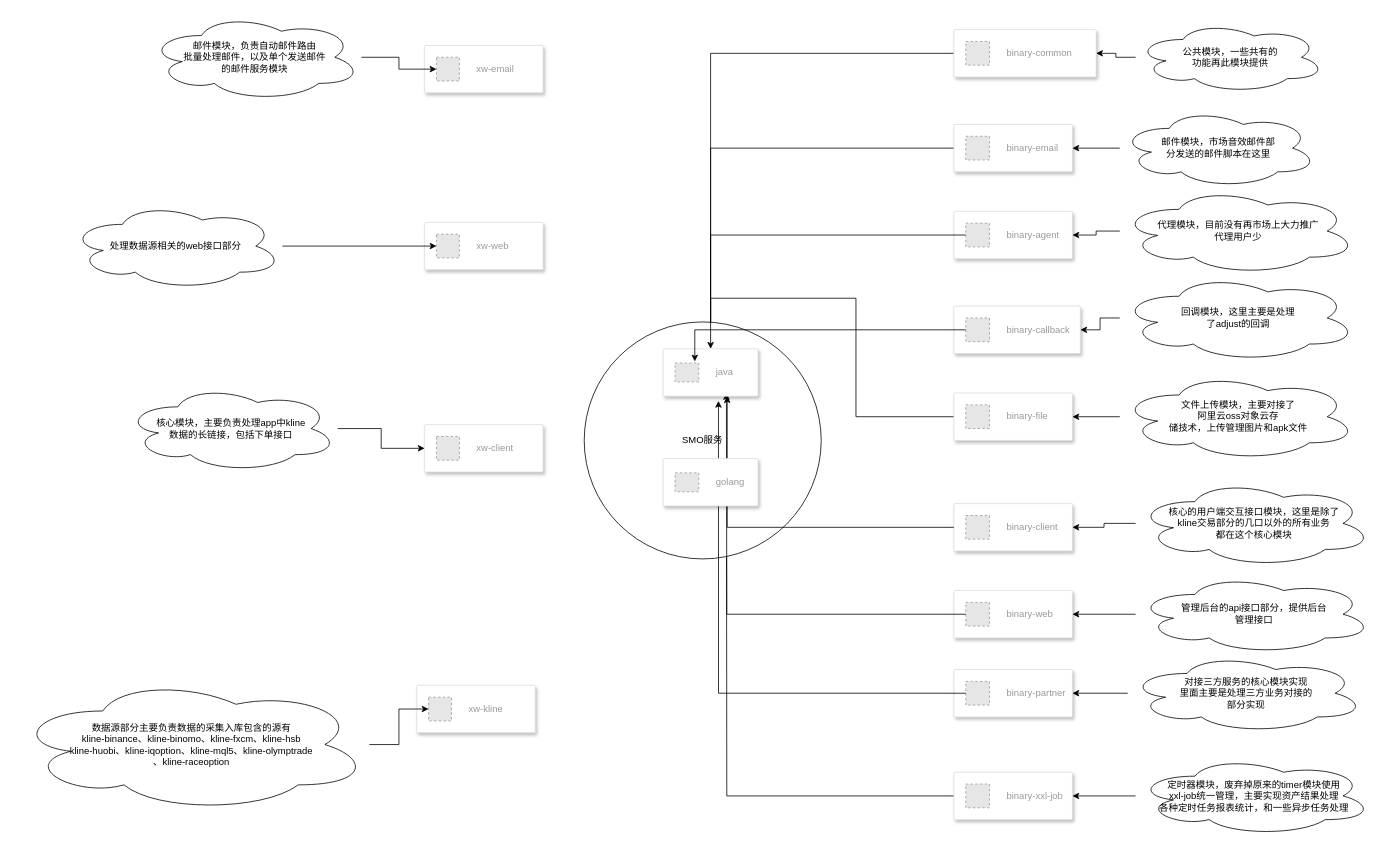
This is smo.drawio from ethanyep/draw.io, a draw.io file, before an edit. Source tidied: cells renumbered, new cells numbered last; positions are measured from the earlier drawing's top-left corner, leaving out a move shared by most shapes. Both pictures are drawn from the tidied source at 79%, with x=0, y=0 at pixel (13, 13). Pictures stored in the file or linked from it are replaced by grey dashed boxes.
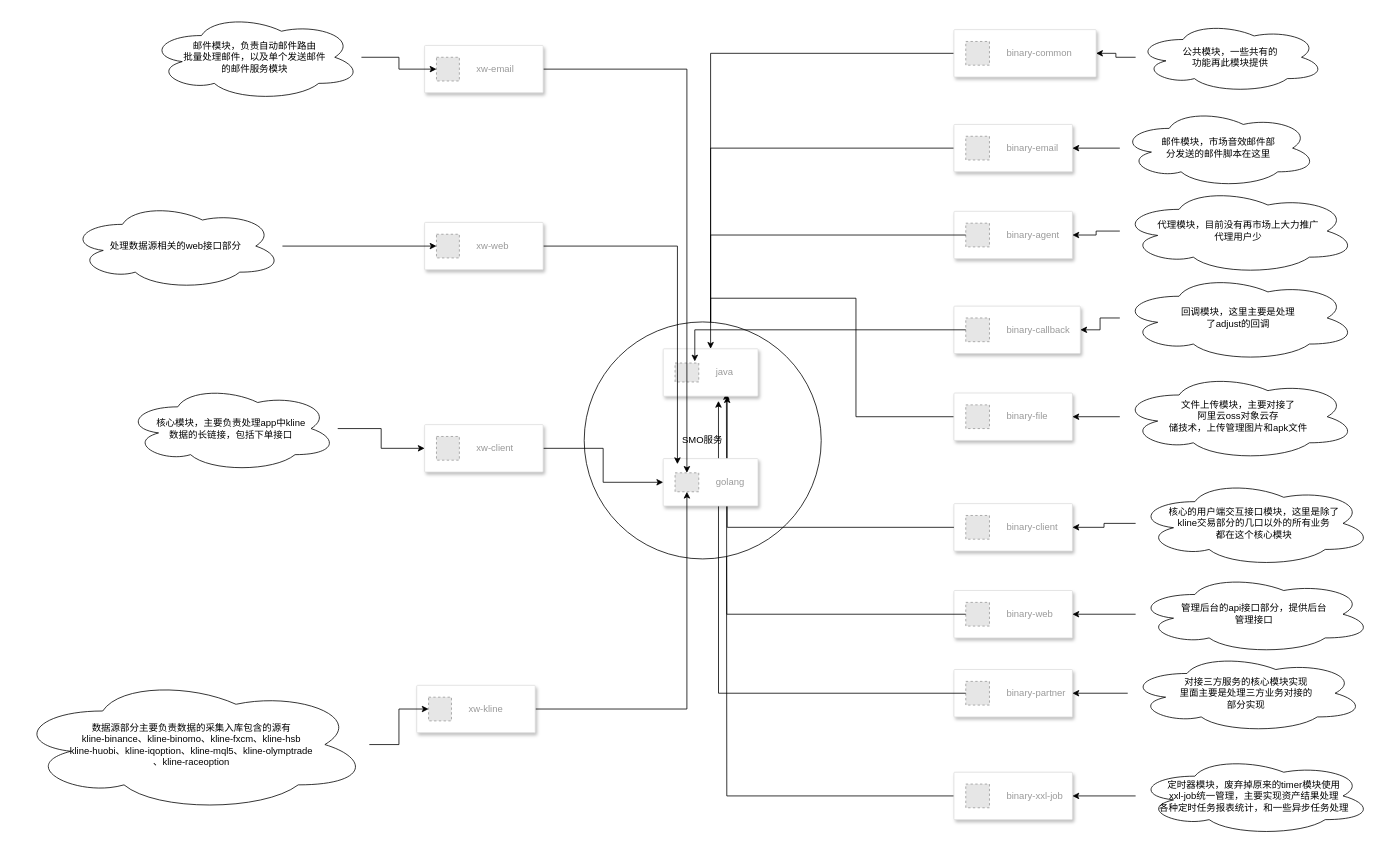
After the change.

The change refers to these unchanged cells:
```xml
<mxCell id="48" style="strokeColor=#dddddd;shadow=1;strokeWidth=1;rounded=1;absoluteArcSize=1;arcSize=2;" parent="1" vertex="1">
  <mxGeometry x="822" y="563" width="120" height="60" as="geometry" />
</mxCell>
<mxCell id="49" value="golang" style="fillColor=#E6E6E6;strokeColor=#999999;dashed=1;html=1;fontColor=#999999;verticalLabelPosition=middle;verticalAlign=middle;labelPosition=right;align=left;spacingLeft=20;" parent="48" vertex="1">
  <mxGeometry width="30" height="24" relative="1" as="geometry">
    <mxPoint x="15" y="18" as="offset" />
  </mxGeometry>
</mxCell>
<mxCell id="52" style="strokeColor=#dddddd;shadow=1;strokeWidth=1;rounded=1;absoluteArcSize=1;arcSize=2;" parent="1" vertex="1">
  <mxGeometry x="520" y="40" width="150" height="60" as="geometry" />
</mxCell>
<mxCell id="54" style="strokeColor=#dddddd;shadow=1;strokeWidth=1;rounded=1;absoluteArcSize=1;arcSize=2;" parent="1" vertex="1">
  <mxGeometry x="520" y="264" width="150" height="60" as="geometry" />
</mxCell>
<mxCell id="56" style="strokeColor=#dddddd;shadow=1;strokeWidth=1;rounded=1;absoluteArcSize=1;arcSize=2;" parent="1" vertex="1">
  <mxGeometry x="520" y="520" width="150" height="60" as="geometry" />
</mxCell>
<mxCell id="58" style="strokeColor=#dddddd;shadow=1;strokeWidth=1;rounded=1;absoluteArcSize=1;arcSize=2;" parent="1" vertex="1">
  <mxGeometry x="510" y="850" width="150" height="60" as="geometry" />
</mxCell>
```

What changed in the source:
```diff
@@
+    <mxCell id="68" style="edgeStyle=orthogonalEdgeStyle;rounded=0;jettySize=auto;html=1;" parent="1" edge="1" source="52" target="49">
+      <mxGeometry relative="1" as="geometry" />
+    </mxCell>
@@
+    <mxCell id="69" style="edgeStyle=orthogonalEdgeStyle;rounded=0;jettySize=auto;html=1;entryX=0.15;entryY=0.117;entryDx=0;entryDy=0;entryPerimeter=0;" parent="1" edge="1" source="54" target="48">
+      <mxGeometry relative="1" as="geometry" />
+    </mxCell>
@@
+    <mxCell id="70" style="edgeStyle=orthogonalEdgeStyle;rounded=0;jettySize=auto;html=1;entryX=0;entryY=0.5;entryDx=0;entryDy=0;" parent="1" edge="1" source="56" target="48">
+      <mxGeometry relative="1" as="geometry" />
+    </mxCell>
@@
+    <mxCell id="71" style="edgeStyle=orthogonalEdgeStyle;rounded=0;jettySize=auto;html=1;" parent="1" edge="1" source="58" target="49">
+      <mxGeometry relative="1" as="geometry" />
+    </mxCell>
```
